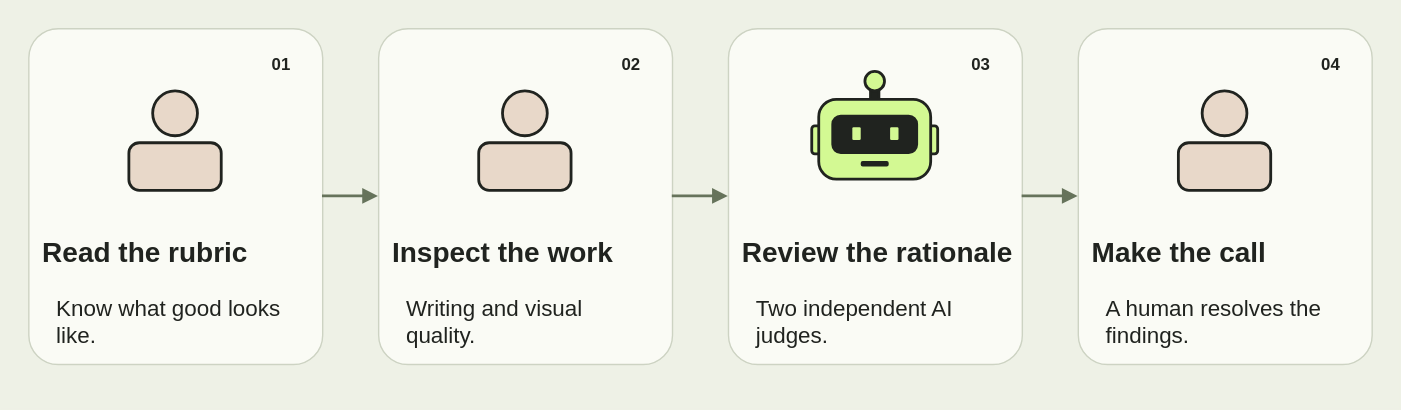
The draw.io diagram images/agents/evaluation.svg in youngfreezy/youngfreezy.github.io, before a commit. Source tidied: cells renumbered, new cells last; positions are measured from the earlier drawing's top-left corner, leaving out a move shared by most shapes.
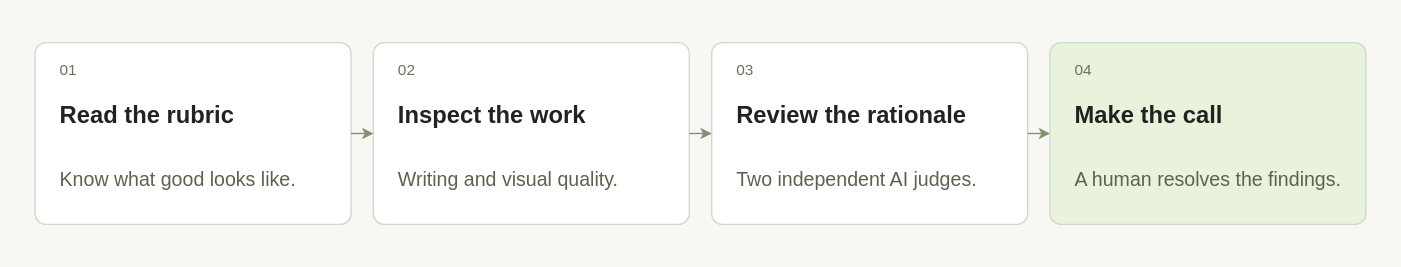
Above is the later version.

The edit, as a diff of the source:
```diff
@@ -1,111 +1,66 @@
-<mxGraphModel background="#eef1e6">
+<mxGraphModel background="#f7f8f4">
   <root>
     <mxCell id="0" />
     <mxCell id="1" parent="0" />
-    <mxCell id="2" style="fillColor=#eef1e6;strokeColor=none;html=1;fontFamily=Helvetica;fontColor=#20231f;" parent="1" vertex="1">
-      <mxGeometry width="1000" height="292" as="geometry" />
-    </mxCell>
-    <mxCell id="3" style="rounded=1;arcSize=10;fillColor=#fafbf5;strokeColor=#cdd3c3;strokeWidth=1;html=1;fontFamily=Helvetica;fontColor=#20231f;" parent="1" vertex="1">
-      <mxGeometry x="20" y="20" width="210" height="240" as="geometry" />
-    </mxCell>
-    <mxCell id="4" style="ellipse;fillColor=#e8d8c9;strokeColor=#20231f;strokeWidth=2;html=1;fontFamily=Helvetica;fontColor=#20231f;" parent="3" vertex="1">
-      <mxGeometry x="89" y="45" width="32" height="32" as="geometry" />
-    </mxCell>
-    <mxCell id="5" style="rounded=1;arcSize=22;strokeWidth=2;strokeColor=#20231f;fillColor=#e8d8c9;html=1;fontFamily=Helvetica;fontColor=#20231f;" parent="3" vertex="1">
-      <mxGeometry x="72" y="82" width="66" height="34" as="geometry" />
-    </mxCell>
+    <mxCell id="37" style="html=1;fontFamily=Helvetica;fillColor=#f7f8f4;strokeColor=none;" parent="1" vertex="1">
+      <mxGeometry width="1000" height="190" as="geometry" />
+    </mxCell>
+    <mxCell id="38" style="html=1;fontFamily=Helvetica;rounded=1;arcSize=6;fillColor=#ffffff;strokeColor=#d3d9ca;" parent="37" vertex="1">
+      <mxGeometry x="24" y="30" width="226" height="130" as="geometry" />
+    </mxCell>
-    <mxCell id="6" value="01" style="text;strokeColor=none;fillColor=none;fontSize=12;fontStyle=1;html=1;fontFamily=Helvetica;fontColor=#20231f;" parent="3" vertex="1">
-      <mxGeometry x="172" y="12" width="24" height="22" as="geometry" />
+    <mxCell id="6" value="01" style="html=1;fontFamily=Helvetica;text;whiteSpace=wrap;align=left;verticalAlign=middle;fillColor=none;strokeColor=none;fontSize=11;fontColor=#68725c;" parent="38" vertex="1">
+      <mxGeometry x="16" y="12" width="194" height="16" as="geometry" />
     </mxCell>
-    <mxCell id="7" value="Read the rubric" style="text;strokeColor=none;fillColor=none;fontSize=20;fontStyle=1;html=1;fontFamily=Helvetica;fontColor=#20231f;" parent="3" vertex="1">
-      <mxGeometry x="8" y="141" width="194" height="36" as="geometry" />
+    <mxCell id="7" value="Read the rubric" style="html=1;fontFamily=Helvetica;text;whiteSpace=wrap;align=left;verticalAlign=middle;fillColor=none;strokeColor=none;fontSize=17;fontColor=#20231f;fontStyle=1;" parent="38" vertex="1">
+      <mxGeometry x="16" y="34" width="194" height="38" as="geometry" />
     </mxCell>
-    <mxCell id="8" value="Know what good looks like." style="text;whiteSpace=wrap;strokeColor=none;fillColor=none;fontSize=16;html=1;fontFamily=Helvetica;fontColor=#20231f;" parent="3" vertex="1">
-      <mxGeometry x="18" y="184" width="174" height="40" as="geometry" />
+    <mxCell id="8" value="Know what good looks like." style="html=1;fontFamily=Helvetica;text;whiteSpace=wrap;align=left;verticalAlign=middle;fillColor=none;strokeColor=none;fontSize=14;fontColor=#59634e;" parent="38" vertex="1">
+      <mxGeometry x="16" y="80" width="194" height="36" as="geometry" />
     </mxCell>
-    <mxCell id="9" style="rounded=1;arcSize=10;fillColor=#fafbf5;strokeColor=#cdd3c3;strokeWidth=1;html=1;fontFamily=Helvetica;fontColor=#20231f;" parent="1" vertex="1">
-      <mxGeometry x="270" y="20" width="210" height="240" as="geometry" />
-    </mxCell>
-    <mxCell id="10" style="ellipse;fillColor=#e8d8c9;strokeColor=#20231f;strokeWidth=2;html=1;fontFamily=Helvetica;fontColor=#20231f;" parent="9" vertex="1">
-      <mxGeometry x="89" y="45" width="32" height="32" as="geometry" />
-    </mxCell>
-    <mxCell id="11" style="rounded=1;arcSize=22;strokeWidth=2;strokeColor=#20231f;fillColor=#e8d8c9;html=1;fontFamily=Helvetica;fontColor=#20231f;" parent="9" vertex="1">
-      <mxGeometry x="72" y="82" width="66" height="34" as="geometry" />
-    </mxCell>
+    <mxCell id="39" style="html=1;fontFamily=Helvetica;rounded=1;arcSize=6;fillColor=#ffffff;strokeColor=#d3d9ca;" parent="37" vertex="1">
+      <mxGeometry x="266" y="30" width="226" height="130" as="geometry" />
+    </mxCell>
-    <mxCell id="12" value="02" style="text;strokeColor=none;fillColor=none;fontSize=12;fontStyle=1;html=1;fontFamily=Helvetica;fontColor=#20231f;" parent="9" vertex="1">
-      <mxGeometry x="172" y="12" width="24" height="22" as="geometry" />
+    <mxCell id="12" value="02" style="html=1;fontFamily=Helvetica;text;whiteSpace=wrap;align=left;verticalAlign=middle;fillColor=none;strokeColor=none;fontSize=11;fontColor=#68725c;" parent="39" vertex="1">
+      <mxGeometry x="16" y="12" width="194" height="16" as="geometry" />
     </mxCell>
-    <mxCell id="13" value="Inspect the work" style="text;strokeColor=none;fillColor=none;fontSize=20;fontStyle=1;html=1;fontFamily=Helvetica;fontColor=#20231f;" parent="9" vertex="1">
-      <mxGeometry x="8" y="141" width="194" height="36" as="geometry" />
+    <mxCell id="13" value="Inspect the work" style="html=1;fontFamily=Helvetica;text;whiteSpace=wrap;align=left;verticalAlign=middle;fillColor=none;strokeColor=none;fontSize=17;fontColor=#20231f;fontStyle=1;" parent="39" vertex="1">
+      <mxGeometry x="16" y="34" width="194" height="38" as="geometry" />
     </mxCell>
-    <mxCell id="14" value="Writing and visual quality." style="text;whiteSpace=wrap;strokeColor=none;fillColor=none;fontSize=16;html=1;fontFamily=Helvetica;fontColor=#20231f;" parent="9" vertex="1">
-      <mxGeometry x="18" y="184" width="174" height="40" as="geometry" />
+    <mxCell id="14" value="Writing and visual quality." style="html=1;fontFamily=Helvetica;text;whiteSpace=wrap;align=left;verticalAlign=middle;fillColor=none;strokeColor=none;fontSize=14;fontColor=#59634e;" parent="39" vertex="1">
+      <mxGeometry x="16" y="80" width="194" height="36" as="geometry" />
     </mxCell>
-    <mxCell id="15" style="rounded=1;arcSize=10;fillColor=#fafbf5;strokeColor=#cdd3c3;strokeWidth=1;html=1;fontFamily=Helvetica;fontColor=#20231f;" parent="1" vertex="1">
-      <mxGeometry x="520" y="20" width="210" height="240" as="geometry" />
-    </mxCell>
-    <mxCell id="16" style="rounded=1;arcSize=22;strokeWidth=2;strokeColor=#20231f;fillColor=#20231f;html=1;fontFamily=Helvetica;fontColor=#20231f;" parent="15" vertex="1">
-      <mxGeometry x="102" y="38" width="6" height="14" as="geometry" />
-    </mxCell>
-    <mxCell id="17" style="ellipse;fillColor=#d3f993;strokeColor=#20231f;strokeWidth=2;html=1;fontFamily=Helvetica;fontColor=#20231f;" parent="15" vertex="1">
-      <mxGeometry x="98" y="31" width="14" height="14" as="geometry" />
-    </mxCell>
-    <mxCell id="18" style="rounded=1;arcSize=22;strokeWidth=2;strokeColor=#20231f;fillColor=#d3f993;html=1;fontFamily=Helvetica;fontColor=#20231f;" parent="15" vertex="1">
-      <mxGeometry x="60" y="70" width="10" height="20" as="geometry" />
-    </mxCell>
-    <mxCell id="19" style="rounded=1;arcSize=22;strokeWidth=2;strokeColor=#20231f;fillColor=#d3f993;html=1;fontFamily=Helvetica;fontColor=#20231f;" parent="15" vertex="1">
-      <mxGeometry x="140" y="70" width="10" height="20" as="geometry" />
-    </mxCell>
-    <mxCell id="20" style="rounded=1;arcSize=22;strokeWidth=2;strokeColor=#20231f;fillColor=#d3f993;html=1;fontFamily=Helvetica;fontColor=#20231f;" parent="15" vertex="1">
-      <mxGeometry x="65" y="51" width="80" height="57" as="geometry" />
-    </mxCell>
-    <mxCell id="21" style="rounded=1;arcSize=22;strokeWidth=2;strokeColor=#20231f;fillColor=#20231f;html=1;fontFamily=Helvetica;fontColor=#20231f;" parent="15" vertex="1">
-      <mxGeometry x="75" y="63" width="60" height="26" as="geometry" />
-    </mxCell>
-    <mxCell id="22" style="rounded=1;fillColor=#d3f993;strokeColor=none;html=1;fontFamily=Helvetica;fontColor=#20231f;" parent="15" vertex="1">
-      <mxGeometry x="89" y="71" width="6" height="9" as="geometry" />
-    </mxCell>
-    <mxCell id="23" style="rounded=1;fillColor=#d3f993;strokeColor=none;html=1;fontFamily=Helvetica;fontColor=#20231f;" parent="15" vertex="1">
-      <mxGeometry x="116" y="71" width="6" height="9" as="geometry" />
-    </mxCell>
-    <mxCell id="24" style="rounded=1;arcSize=22;strokeWidth=2;strokeColor=#20231f;fillColor=#20231f;html=1;fontFamily=Helvetica;fontColor=#20231f;" parent="15" vertex="1">
-      <mxGeometry x="96" y="96" width="18" height="2" as="geometry" />
-    </mxCell>
+    <mxCell id="40" style="edgeStyle=orthogonalEdgeStyle;rounded=1;jettySize=auto;strokeColor=#82916e;strokeWidth=1;endArrow=classic;endSize=5;exitX=1;exitY=.5;entryX=0;entryY=.5;" parent="37" edge="1" source="38" target="39">
+      <mxGeometry relative="1" as="geometry" />
+    </mxCell>
+    <mxCell id="41" style="html=1;fontFamily=Helvetica;rounded=1;arcSize=6;fillColor=#ffffff;strokeColor=#d3d9ca;" parent="37" vertex="1">
+      <mxGeometry x="508" y="30" width="226" height="130" as="geometry" />
+    </mxCell>
-    <mxCell id="25" value="03" style="text;strokeColor=none;fillColor=none;fontSize=12;fontStyle=1;html=1;fontFamily=Helvetica;fontColor=#20231f;" parent="15" vertex="1">
-      <mxGeometry x="172" y="12" width="24" height="22" as="geometry" />
+    <mxCell id="25" value="03" style="html=1;fontFamily=Helvetica;text;whiteSpace=wrap;align=left;verticalAlign=middle;fillColor=none;strokeColor=none;fontSize=11;fontColor=#68725c;" parent="41" vertex="1">
+      <mxGeometry x="16" y="12" width="194" height="16" as="geometry" />
     </mxCell>
-    <mxCell id="26" value="Review the rationale" style="text;strokeColor=none;fillColor=none;fontSize=20;fontStyle=1;html=1;fontFamily=Helvetica;fontColor=#20231f;" parent="15" vertex="1">
-      <mxGeometry x="8" y="141" width="194" height="36" as="geometry" />
+    <mxCell id="26" value="Review the rationale" style="html=1;fontFamily=Helvetica;text;whiteSpace=wrap;align=left;verticalAlign=middle;fillColor=none;strokeColor=none;fontSize=17;fontColor=#20231f;fontStyle=1;" parent="41" vertex="1">
+      <mxGeometry x="16" y="34" width="194" height="38" as="geometry" />
     </mxCell>
-    <mxCell id="27" value="Two independent AI judges." style="text;whiteSpace=wrap;strokeColor=none;fillColor=none;fontSize=16;html=1;fontFamily=Helvetica;fontColor=#20231f;" parent="15" vertex="1">
-      <mxGeometry x="18" y="184" width="174" height="40" as="geometry" />
+    <mxCell id="27" value="Two independent AI judges." style="html=1;fontFamily=Helvetica;text;whiteSpace=wrap;align=left;verticalAlign=middle;fillColor=none;strokeColor=none;fontSize=14;fontColor=#59634e;" parent="41" vertex="1">
+      <mxGeometry x="16" y="80" width="194" height="36" as="geometry" />
     </mxCell>
-    <mxCell id="28" style="rounded=1;arcSize=10;fillColor=#fafbf5;strokeColor=#cdd3c3;strokeWidth=1;html=1;fontFamily=Helvetica;fontColor=#20231f;" parent="1" vertex="1">
-      <mxGeometry x="770" y="20" width="210" height="240" as="geometry" />
-    </mxCell>
-    <mxCell id="29" style="ellipse;fillColor=#e8d8c9;strokeColor=#20231f;strokeWidth=2;html=1;fontFamily=Helvetica;fontColor=#20231f;" parent="28" vertex="1">
-      <mxGeometry x="89" y="45" width="32" height="32" as="geometry" />
-    </mxCell>
-    <mxCell id="30" style="rounded=1;arcSize=22;strokeWidth=2;strokeColor=#20231f;fillColor=#e8d8c9;html=1;fontFamily=Helvetica;fontColor=#20231f;" parent="28" vertex="1">
-      <mxGeometry x="72" y="82" width="66" height="34" as="geometry" />
-    </mxCell>
+    <mxCell id="42" style="edgeStyle=orthogonalEdgeStyle;rounded=1;jettySize=auto;strokeColor=#82916e;strokeWidth=1;endArrow=classic;endSize=5;exitX=1;exitY=.5;entryX=0;entryY=.5;" parent="37" edge="1" source="39" target="41">
+      <mxGeometry relative="1" as="geometry" />
+    </mxCell>
+    <mxCell id="43" style="html=1;fontFamily=Helvetica;rounded=1;arcSize=6;fillColor=#e9f3db;strokeColor=#d3d9ca;" parent="37" vertex="1">
+      <mxGeometry x="750" y="30" width="226" height="130" as="geometry" />
+    </mxCell>
-    <mxCell id="31" value="04" style="text;strokeColor=none;fillColor=none;fontSize=12;fontStyle=1;html=1;fontFamily=Helvetica;fontColor=#20231f;" parent="28" vertex="1">
-      <mxGeometry x="172" y="12" width="24" height="22" as="geometry" />
+    <mxCell id="31" value="04" style="html=1;fontFamily=Helvetica;text;whiteSpace=wrap;align=left;verticalAlign=middle;fillColor=none;strokeColor=none;fontSize=11;fontColor=#68725c;" parent="43" vertex="1">
+      <mxGeometry x="16" y="12" width="194" height="16" as="geometry" />
     </mxCell>
-    <mxCell id="32" value="Make the call" style="text;strokeColor=none;fillColor=none;fontSize=20;fontStyle=1;html=1;fontFamily=Helvetica;fontColor=#20231f;" parent="28" vertex="1">
-      <mxGeometry x="8" y="141" width="194" height="36" as="geometry" />
+    <mxCell id="32" value="Make the call" style="html=1;fontFamily=Helvetica;text;whiteSpace=wrap;align=left;verticalAlign=middle;fillColor=none;strokeColor=none;fontSize=17;fontColor=#20231f;fontStyle=1;" parent="43" vertex="1">
+      <mxGeometry x="16" y="34" width="194" height="38" as="geometry" />
     </mxCell>
-    <mxCell id="33" value="A human resolves the findings." style="text;whiteSpace=wrap;strokeColor=none;fillColor=none;fontSize=16;html=1;fontFamily=Helvetica;fontColor=#20231f;" parent="28" vertex="1">
-      <mxGeometry x="18" y="184" width="174" height="40" as="geometry" />
+    <mxCell id="33" value="A human resolves the findings." style="html=1;fontFamily=Helvetica;text;whiteSpace=wrap;align=left;verticalAlign=middle;fillColor=none;strokeColor=none;fontSize=14;fontColor=#59634e;" parent="43" vertex="1">
+      <mxGeometry x="16" y="80" width="194" height="36" as="geometry" />
     </mxCell>
-    <mxCell id="34" style="edgeStyle=orthogonalEdgeStyle;rounded=1;jettySize=auto;strokeColor=#66735b;strokeWidth=2;endArrow=block;endFill=1;exitX=1;exitY=0.5;entryX=0;entryY=0.5;" parent="1" edge="1" source="3" target="9">
-      <mxGeometry relative="1" as="geometry" />
-    </mxCell>
-    <mxCell id="35" style="edgeStyle=orthogonalEdgeStyle;rounded=1;jettySize=auto;strokeColor=#66735b;strokeWidth=2;endArrow=block;endFill=1;exitX=1;exitY=0.5;entryX=0;entryY=0.5;" parent="1" edge="1" source="9" target="15">
-      <mxGeometry relative="1" as="geometry" />
-    </mxCell>
-    <mxCell id="36" style="edgeStyle=orthogonalEdgeStyle;rounded=1;jettySize=auto;strokeColor=#66735b;strokeWidth=2;endArrow=block;endFill=1;exitX=1;exitY=0.5;entryX=0;entryY=0.5;" parent="1" edge="1" source="15" target="28">
-      <mxGeometry relative="1" as="geometry" />
-    </mxCell>
+    <mxCell id="44" style="edgeStyle=orthogonalEdgeStyle;rounded=1;jettySize=auto;strokeColor=#82916e;strokeWidth=1;endArrow=classic;endSize=5;exitX=1;exitY=.5;entryX=0;entryY=.5;" parent="37" edge="1" source="41" target="43">
+      <mxGeometry relative="1" as="geometry" />
+    </mxCell>
   </root>
 </mxGraphModel>
```
